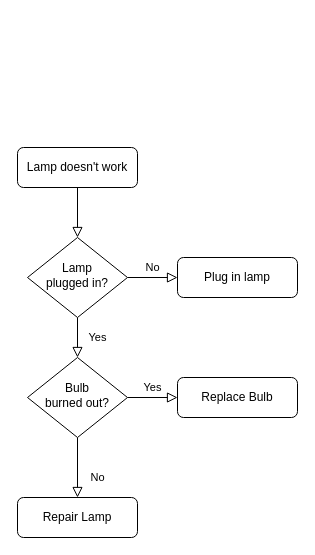
vasquezk26/dq_and_dg keeps this draw.io diagram as Untitled Diagram.drawio. Above is the earlier version. Source tidied: cells renumbered, new cells numbered last; positions are measured from the earlier drawing's top-left corner, leaving out a move shared by most shapes. Both pictures are drawn from the tidied source at 100%, with x=0, y=0 at pixel (17, 147).
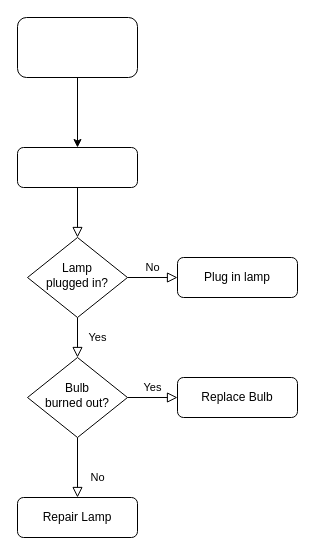
The same diagram, later.

Commit message:
reverse_etl

What changed in the source:
```diff
@@
 <mxGraphModel>
   <root>
     <mxCell id="0" />
     <mxCell id="1" parent="0" />
     <mxCell id="2" style="rounded=0;html=1;jettySize=auto;fontSize=11;endArrow=block;endFill=0;endSize=8;strokeWidth=1;shadow=0;labelBackgroundColor=none;edgeStyle=orthogonalEdgeStyle;" parent="1" edge="1" source="3" target="6">
       <mxGeometry relative="1" as="geometry" />
     </mxCell>
-    <mxCell id="3" value="Lamp doesn't work" style="rounded=1;whiteSpace=wrap;html=1;fontSize=12;glass=0;strokeWidth=1;shadow=0;" parent="1" vertex="1">
+    <mxCell id="3" style="rounded=1;whiteSpace=wrap;html=1;fontSize=12;glass=0;strokeWidth=1;shadow=0;" parent="1" vertex="1">
       <mxGeometry width="120" height="40" as="geometry" />
     </mxCell>
     <mxCell id="4" value="Yes" style="rounded=0;html=1;jettySize=auto;fontSize=11;endArrow=block;endFill=0;endSize=8;strokeWidth=1;shadow=0;labelBackgroundColor=none;edgeStyle=orthogonalEdgeStyle;" parent="1" edge="1" source="6" target="10">
       <mxGeometry y="20" relative="1" as="geometry" />
     </mxCell>
     <mxCell id="5" value="No" style="edgeStyle=orthogonalEdgeStyle;rounded=0;html=1;jettySize=auto;fontSize=11;endArrow=block;endFill=0;endSize=8;strokeWidth=1;shadow=0;labelBackgroundColor=none;" parent="1" edge="1" source="6" target="7">
       <mxGeometry y="10" relative="1" as="geometry" />
     </mxCell>
     <mxCell id="6" value="Lamp&lt;br&gt;plugged in?" style="rhombus;whiteSpace=wrap;html=1;shadow=0;fontFamily=Helvetica;fontSize=12;align=center;strokeWidth=1;spacing=6;spacingTop=-4;" parent="1" vertex="1">
       <mxGeometry x="10" y="90" width="100" height="80" as="geometry" />
     </mxCell>
     <mxCell id="7" value="Plug in lamp" style="rounded=1;whiteSpace=wrap;html=1;fontSize=12;glass=0;strokeWidth=1;shadow=0;" parent="1" vertex="1">
       <mxGeometry x="160" y="110" width="120" height="40" as="geometry" />
     </mxCell>
     <mxCell id="8" value="No" style="rounded=0;html=1;jettySize=auto;fontSize=11;endArrow=block;endFill=0;endSize=8;strokeWidth=1;shadow=0;labelBackgroundColor=none;edgeStyle=orthogonalEdgeStyle;" parent="1" edge="1" source="10" target="11">
       <mxGeometry x="0.33" y="20" relative="1" as="geometry" />
     </mxCell>
     <mxCell id="9" value="Yes" style="edgeStyle=orthogonalEdgeStyle;rounded=0;html=1;jettySize=auto;fontSize=11;endArrow=block;endFill=0;endSize=8;strokeWidth=1;shadow=0;labelBackgroundColor=none;" parent="1" edge="1" source="10" target="12">
       <mxGeometry y="10" relative="1" as="geometry" />
     </mxCell>
     <mxCell id="10" value="Bulb&lt;br&gt;burned out?" style="rhombus;whiteSpace=wrap;html=1;shadow=0;fontFamily=Helvetica;fontSize=12;align=center;strokeWidth=1;spacing=6;spacingTop=-4;" parent="1" vertex="1">
       <mxGeometry x="10" y="210" width="100" height="80" as="geometry" />
     </mxCell>
     <mxCell id="11" value="Repair Lamp" style="rounded=1;whiteSpace=wrap;html=1;fontSize=12;glass=0;strokeWidth=1;shadow=0;" parent="1" vertex="1">
       <mxGeometry y="350" width="120" height="40" as="geometry" />
     </mxCell>
     <mxCell id="12" value="Replace Bulb" style="rounded=1;whiteSpace=wrap;html=1;fontSize=12;glass=0;strokeWidth=1;shadow=0;" parent="1" vertex="1">
       <mxGeometry x="160" y="230" width="120" height="40" as="geometry" />
     </mxCell>
+    <mxCell id="13" style="edgeStyle=orthogonalEdgeStyle;rounded=0;jettySize=auto;html=1;" parent="1" edge="1" source="14" target="3">
+      <mxGeometry relative="1" as="geometry" />
+    </mxCell>
+    <mxCell id="14" style="whiteSpace=wrap;html=1;rounded=1;glass=0;strokeWidth=1;shadow=0;" parent="1" vertex="1">
+      <mxGeometry y="-130" width="120" height="60" as="geometry" />
+    </mxCell>
   </root>
 </mxGraphModel>
```
